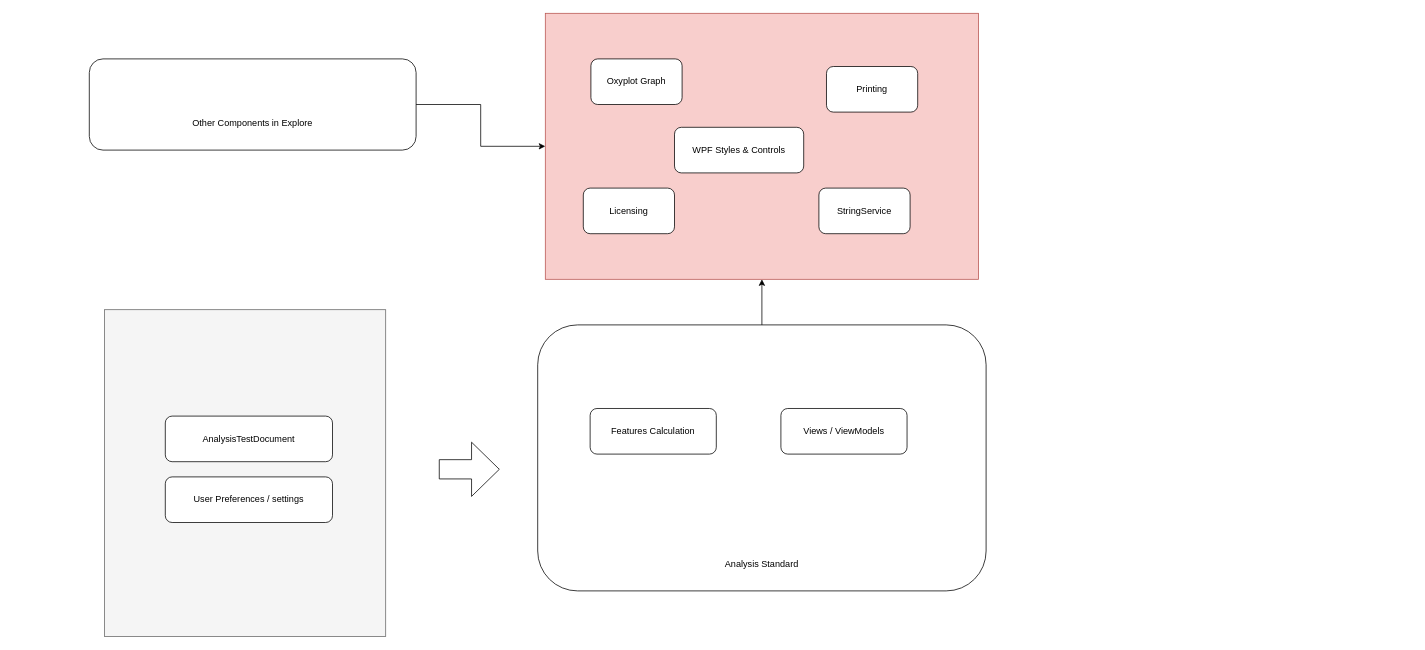
Before: Explore/AnalysisStandardsDependencies Model.drawio in AmolSJawalkar/DrawIO, a draw.io diagram. Source tidied: cells renumbered, new cells numbered last; positions are measured from the earlier drawing's top-left corner, leaving out a move shared by most shapes. Both pictures are drawn from the tidied source at 76%, with x=0, y=0 at pixel (89, 13).
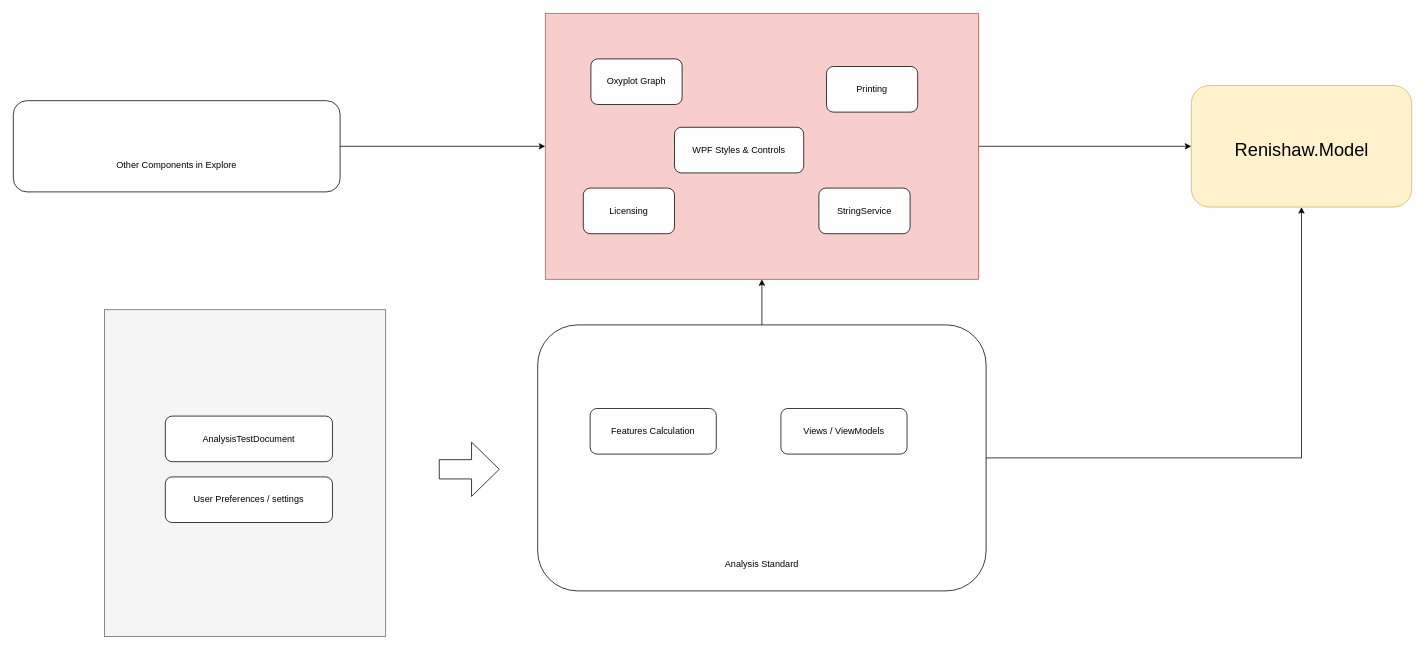
The same diagram, later.

Unchanged cells that the change refers to:
```xml
<mxCell id="2" style="rounded=0;whiteSpace=wrap;html=1;fillColor=#f8cecc;strokeColor=#b85450;" parent="1" vertex="1">
  <mxGeometry x="600" width="570" height="350" as="geometry" />
</mxCell>
<mxCell id="11" style="rounded=1;whiteSpace=wrap;html=1;" parent="10" vertex="1">
  <mxGeometry width="590" height="350" as="geometry" />
</mxCell>
```

Change to the diagram source:
```diff
@@
+    <mxCell id="22" style="edgeStyle=orthogonalEdgeStyle;rounded=0;jettySize=auto;html=1;" parent="1" edge="1" source="2" target="25">
+      <mxGeometry relative="1" as="geometry" />
+    </mxCell>
@@
     <mxCell id="18" style="group;" parent="1" vertex="1">
-      <mxGeometry y="60" width="430" height="120" as="geometry" />
+      <mxGeometry x="-100" y="115" width="430" height="120" as="geometry" />
     </mxCell>
@@
+    <mxCell id="23" style="edgeStyle=orthogonalEdgeStyle;rounded=0;jettySize=auto;html=1;entryX=0.5;entryY=1;entryDx=0;entryDy=0;" parent="1" edge="1" source="11" target="25">
+      <mxGeometry relative="1" as="geometry" />
+    </mxCell>
+    <mxCell id="24" style="group;" parent="1" vertex="1">
+      <mxGeometry x="1450" y="95" width="290" height="160" as="geometry" />
+    </mxCell>
+    <mxCell id="25" style="rounded=1;whiteSpace=wrap;html=1;fillColor=#fff2cc;strokeColor=#d6b656;" parent="24" vertex="1">
+      <mxGeometry width="290" height="160" as="geometry" />
+    </mxCell>
+    <mxCell id="26" value="Renishaw.Model" style="text;html=1;align=center;verticalAlign=middle;whiteSpace=wrap;rounded=0;fontSize=24;" parent="24" vertex="1">
+      <mxGeometry x="99.5" y="70" width="91" height="30" as="geometry" />
+    </mxCell>
```
